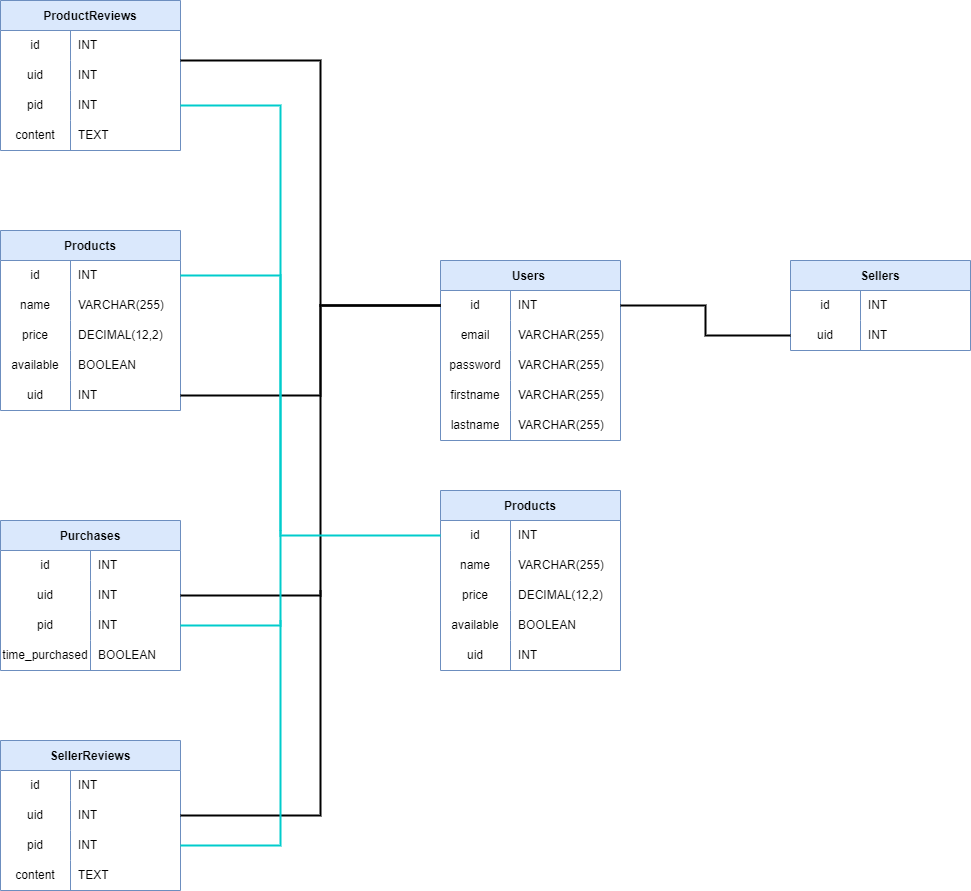
Kaichao-Chang/CS516-Awesome-Group keeps this draw.io diagram as ERD/CS516.drawio.png. Above is the earlier version. Source tidied: cells renumbered, new cells last; positions are measured from the earlier drawing's top-left corner, leaving out a move shared by most shapes.
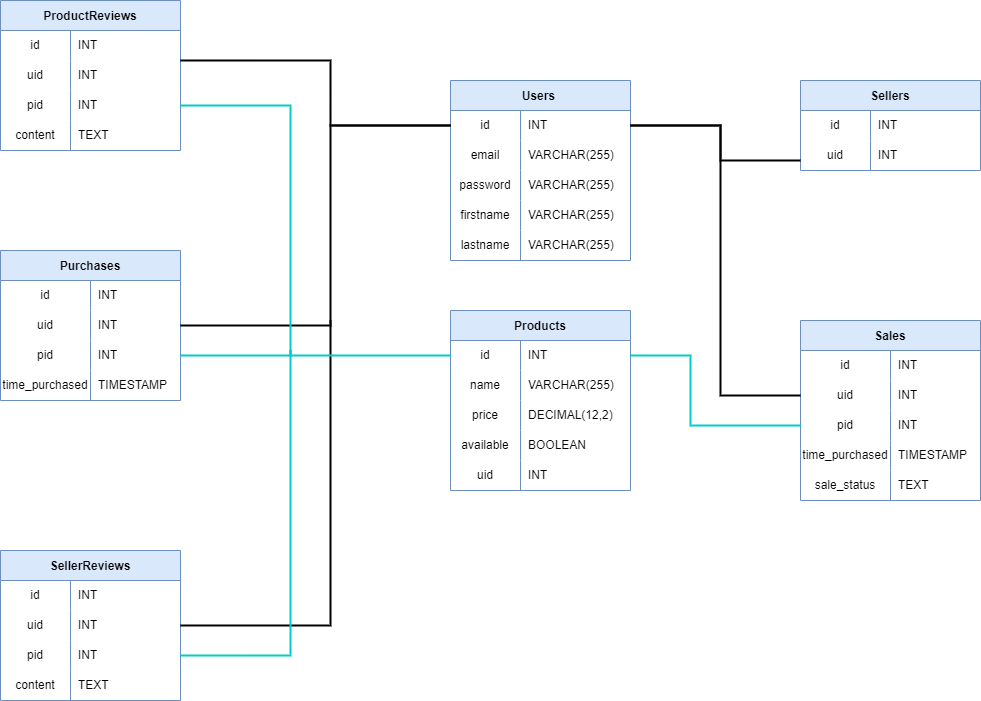
After the commit.

Diff of the diagram source:
```diff
@@ -2,54 +2,6 @@
   <root>
     <mxCell id="0" />
     <mxCell id="1" parent="0" />
-    <mxCell id="2" value="Products" style="shape=table;startSize=30;rowLines=0;fontStyle=1;fillColor=#dae8fc;strokeColor=#6c8ebf;" parent="1" vertex="1">
-      <mxGeometry y="230" width="180" height="180" as="geometry" />
-    </mxCell>
-    <mxCell id="3" style="shape=tableRow;horizontal=0;startSize=0;swimlaneHead=0;swimlaneBody=0;top=0;left=0;bottom=0;right=0;fillColor=none;points=[[0,0.5],[1,0.5]];portConstraint=eastwest;" parent="2" vertex="1">
-      <mxGeometry y="30" width="180" height="30" as="geometry" />
-    </mxCell>
-    <mxCell id="4" value="id" style="shape=partialRectangle;html=1;whiteSpace=wrap;fillColor=none;top=0;left=0;bottom=0;right=0;overflow=hidden;" parent="3" vertex="1">
-      <mxGeometry width="70" height="30" as="geometry" />
-    </mxCell>
-    <mxCell id="5" value="INT&lt;span style=&quot;white-space: pre&quot;&gt;&#9;&lt;/span&gt;" style="shape=partialRectangle;html=1;whiteSpace=wrap;fillColor=none;top=0;left=0;bottom=0;right=0;align=left;spacingLeft=6;overflow=hidden;" parent="3" vertex="1">
-      <mxGeometry x="70" width="110" height="30" as="geometry" />
-    </mxCell>
-    <mxCell id="6" style="shape=tableRow;horizontal=0;startSize=0;swimlaneHead=0;swimlaneBody=0;top=0;left=0;bottom=0;right=0;fillColor=none;points=[[0,0.5],[1,0.5]];portConstraint=eastwest;" parent="2" vertex="1">
-      <mxGeometry y="60" width="180" height="30" as="geometry" />
-    </mxCell>
-    <mxCell id="7" value="name" style="shape=partialRectangle;html=1;whiteSpace=wrap;fillColor=none;top=0;left=0;bottom=0;right=0;overflow=hidden;" parent="6" vertex="1">
-      <mxGeometry width="70" height="30" as="geometry" />
-    </mxCell>
-    <mxCell id="8" value="VARCHAR(255)" style="shape=partialRectangle;html=1;whiteSpace=wrap;fillColor=none;top=0;left=0;bottom=0;right=0;align=left;spacingLeft=6;overflow=hidden;" parent="6" vertex="1">
-      <mxGeometry x="70" width="110" height="30" as="geometry" />
-    </mxCell>
-    <mxCell id="9" style="shape=tableRow;horizontal=0;startSize=0;swimlaneHead=0;swimlaneBody=0;top=0;left=0;bottom=0;right=0;fillColor=none;points=[[0,0.5],[1,0.5]];portConstraint=eastwest;" parent="2" vertex="1">
-      <mxGeometry y="90" width="180" height="30" as="geometry" />
-    </mxCell>
-    <mxCell id="10" value="price" style="shape=partialRectangle;html=1;whiteSpace=wrap;fillColor=none;top=0;left=0;bottom=0;right=0;overflow=hidden;" parent="9" vertex="1">
-      <mxGeometry width="70" height="30" as="geometry" />
-    </mxCell>
-    <mxCell id="11" value="DECIMAL(12,2)" style="shape=partialRectangle;html=1;whiteSpace=wrap;fillColor=none;top=0;left=0;bottom=0;right=0;align=left;spacingLeft=6;overflow=hidden;" parent="9" vertex="1">
-      <mxGeometry x="70" width="110" height="30" as="geometry" />
-    </mxCell>
-    <mxCell id="12" style="shape=tableRow;horizontal=0;startSize=0;swimlaneHead=0;swimlaneBody=0;top=0;left=0;bottom=0;right=0;fillColor=none;" parent="2" vertex="1">
-      <mxGeometry y="120" width="180" height="30" as="geometry" />
-    </mxCell>
-    <mxCell id="13" value="available" style="shape=partialRectangle;html=1;whiteSpace=wrap;fillColor=none;top=0;left=0;bottom=0;right=0;overflow=hidden;" parent="12" vertex="1">
-      <mxGeometry width="70" height="30" as="geometry" />
-    </mxCell>
-    <mxCell id="14" value="BOOLEAN" style="shape=partialRectangle;html=1;whiteSpace=wrap;fillColor=none;top=0;left=0;bottom=0;right=0;align=left;spacingLeft=6;overflow=hidden;" parent="12" vertex="1">
-      <mxGeometry x="70" width="110" height="30" as="geometry" />
-    </mxCell>
-    <mxCell id="15" style="shape=tableRow;horizontal=0;startSize=0;swimlaneHead=0;swimlaneBody=0;top=0;left=0;bottom=0;right=0;fillColor=none;points=[[0,0.5],[1,0.5]];portConstraint=eastwest;" parent="2" vertex="1">
-      <mxGeometry y="150" width="180" height="30" as="geometry" />
-    </mxCell>
-    <mxCell id="16" value="uid" style="shape=partialRectangle;html=1;whiteSpace=wrap;fillColor=none;top=0;left=0;bottom=0;right=0;overflow=hidden;" parent="15" vertex="1">
-      <mxGeometry width="70" height="30" as="geometry" />
-    </mxCell>
-    <mxCell id="17" value="INT" style="shape=partialRectangle;html=1;whiteSpace=wrap;fillColor=none;top=0;left=0;bottom=0;right=0;align=left;spacingLeft=6;overflow=hidden;" parent="15" vertex="1">
-      <mxGeometry x="70" width="110" height="30" as="geometry" />
-    </mxCell>
     <mxCell id="18" value="Users " style="shape=table;startSize=30;rowLines=0;fontStyle=1;fillColor=#dae8fc;strokeColor=#6c8ebf;" parent="1" vertex="1">
       <mxGeometry x="440" y="260" width="180" height="180" as="geometry" />
     </mxCell>
@@ -98,16 +50,8 @@
     <mxCell id="33" value="VARCHAR(255)" style="shape=partialRectangle;html=1;whiteSpace=wrap;fillColor=none;top=0;left=0;bottom=0;right=0;align=left;spacingLeft=6;overflow=hidden;" parent="31" vertex="1">
       <mxGeometry x="70" width="110" height="30" as="geometry" />
     </mxCell>
-    <mxCell id="34" style="jettySize=auto;html=1;exitX=1;exitY=0.5;exitDx=0;exitDy=0;entryX=0;entryY=0.5;entryDx=0;entryDy=0;fontSize=12;strokeWidth=2;endArrow=none;endFill=0;rounded=0;strokeColor=default;jumpStyle=none;edgeStyle=orthogonalEdgeStyle;" parent="1" edge="1" source="15" target="19">
-      <mxGeometry relative="1" as="geometry">
-        <Array as="points">
-          <mxPoint x="320" y="395" />
-          <mxPoint x="320" y="305" />
-        </Array>
-      </mxGeometry>
-    </mxCell>
     <mxCell id="35" value="Purchases" style="shape=table;startSize=30;rowLines=0;fontStyle=1;fillColor=#dae8fc;strokeColor=#6c8ebf;" parent="1" vertex="1">
-      <mxGeometry y="520" width="180" height="150" as="geometry" />
+      <mxGeometry x="-10" y="430" width="180" height="150" as="geometry" />
     </mxCell>
     <mxCell id="36" style="shape=tableRow;horizontal=0;startSize=0;swimlaneHead=0;swimlaneBody=0;top=0;left=0;bottom=0;right=0;fillColor=none;" parent="35" vertex="1">
       <mxGeometry y="30" width="180" height="30" as="geometry" />
@@ -142,19 +86,19 @@
     <mxCell id="46" value="time_purchased" style="shape=partialRectangle;html=1;whiteSpace=wrap;fillColor=none;top=0;left=0;bottom=0;right=0;overflow=hidden;" parent="45" vertex="1">
       <mxGeometry width="90" height="30" as="geometry" />
     </mxCell>
-    <mxCell id="47" value="BOOLEAN" style="shape=partialRectangle;html=1;whiteSpace=wrap;fillColor=none;top=0;left=0;bottom=0;right=0;align=left;spacingLeft=6;overflow=hidden;" parent="45" vertex="1">
+    <mxCell id="47" value="TIMESTAMP" style="shape=partialRectangle;html=1;whiteSpace=wrap;fillColor=none;top=0;left=0;bottom=0;right=0;align=left;spacingLeft=6;overflow=hidden;" parent="45" vertex="1">
       <mxGeometry x="90" width="90" height="30" as="geometry" />
     </mxCell>
     <mxCell id="48" style="edgeStyle=orthogonalEdgeStyle;rounded=0;jumpStyle=none;jettySize=auto;html=1;entryX=0;entryY=0.5;entryDx=0;entryDy=0;fontSize=12;endArrow=none;endFill=0;strokeColor=default;strokeWidth=2;exitX=1;exitY=0.5;exitDx=0;exitDy=0;" parent="1" edge="1" source="39" target="19">
       <mxGeometry relative="1" as="geometry">
         <Array as="points">
-          <mxPoint x="320" y="595" />
+          <mxPoint x="320" y="505" />
           <mxPoint x="320" y="305" />
         </Array>
       </mxGeometry>
     </mxCell>
     <mxCell id="49" value="ProductReviews" style="shape=table;startSize=30;rowLines=0;fontStyle=1;fillColor=#dae8fc;strokeColor=#6c8ebf;" parent="1" vertex="1">
-      <mxGeometry width="180" height="150" as="geometry" />
+      <mxGeometry x="-10" y="180" width="180" height="150" as="geometry" />
     </mxCell>
     <mxCell id="50" style="shape=tableRow;horizontal=0;startSize=0;swimlaneHead=0;swimlaneBody=0;top=0;left=0;bottom=0;right=0;fillColor=none;" parent="49" vertex="1">
       <mxGeometry y="30" width="180" height="30" as="geometry" />
@@ -195,13 +139,13 @@
     <mxCell id="62" style="edgeStyle=orthogonalEdgeStyle;rounded=0;jumpStyle=none;jettySize=auto;html=1;fontSize=12;endArrow=none;endFill=0;strokeColor=default;strokeWidth=2;" parent="1" edge="1" source="53" target="19">
       <mxGeometry relative="1" as="geometry">
         <Array as="points">
-          <mxPoint x="320" y="60" />
+          <mxPoint x="320" y="240" />
           <mxPoint x="320" y="305" />
         </Array>
       </mxGeometry>
     </mxCell>
     <mxCell id="63" value="SellerReviews" style="shape=table;startSize=30;rowLines=0;fontStyle=1;fillColor=#dae8fc;strokeColor=#6c8ebf;" parent="1" vertex="1">
-      <mxGeometry y="740" width="180" height="150" as="geometry" />
+      <mxGeometry x="-10" y="730" width="180" height="150" as="geometry" />
     </mxCell>
     <mxCell id="64" style="shape=tableRow;horizontal=0;startSize=0;swimlaneHead=0;swimlaneBody=0;top=0;left=0;bottom=0;right=0;fillColor=none;" parent="63" vertex="1">
       <mxGeometry y="30" width="180" height="30" as="geometry" />
@@ -241,7 +185,7 @@
     </mxCell>
     <mxCell id="76" style="edgeStyle=orthogonalEdgeStyle;rounded=0;jumpStyle=none;jettySize=auto;html=1;fontSize=12;endArrow=none;endFill=0;strokeColor=default;strokeWidth=2;" parent="1" edge="1" source="67">
       <mxGeometry relative="1" as="geometry">
-        <mxPoint x="320" y="590" as="targetPoint" />
+        <mxPoint x="320" y="500" as="targetPoint" />
       </mxGeometry>
     </mxCell>
     <mxCell id="77" value="Sellers" style="shape=table;startSize=30;rowLines=0;fontStyle=1;fillColor=#dae8fc;strokeColor=#6c8ebf;" parent="1" vertex="1">
@@ -266,7 +210,12 @@
       <mxGeometry x="70" width="110" height="30" as="geometry" />
     </mxCell>
     <mxCell id="84" style="edgeStyle=orthogonalEdgeStyle;rounded=0;jumpStyle=none;jettySize=auto;html=1;fontSize=12;endArrow=none;endFill=0;strokeColor=default;strokeWidth=2;" parent="1" edge="1" source="81" target="19">
-      <mxGeometry relative="1" as="geometry" />
+      <mxGeometry relative="1" as="geometry">
+        <Array as="points">
+          <mxPoint x="710" y="340" />
+          <mxPoint x="710" y="305" />
+        </Array>
+      </mxGeometry>
     </mxCell>
     <mxCell id="85" value="Products" style="shape=table;startSize=30;rowLines=0;fontStyle=1;fillColor=#dae8fc;strokeColor=#6c8ebf;" parent="1" vertex="1">
       <mxGeometry x="440" y="490" width="180" height="180" as="geometry" />
@@ -320,24 +269,86 @@
       <mxGeometry relative="1" as="geometry">
         <Array as="points">
           <mxPoint x="280" y="535" />
-          <mxPoint x="280" y="105" />
+          <mxPoint x="280" y="285" />
         </Array>
       </mxGeometry>
     </mxCell>
-    <mxCell id="102" style="edgeStyle=orthogonalEdgeStyle;rounded=0;jumpStyle=none;jettySize=auto;html=1;fontSize=12;endArrow=none;endFill=0;strokeColor=#00CCCC;strokeWidth=2;" parent="1" edge="1" source="3">
-      <mxGeometry relative="1" as="geometry">
-        <mxPoint x="280" y="530" as="targetPoint" />
-      </mxGeometry>
-    </mxCell>
     <mxCell id="103" style="edgeStyle=orthogonalEdgeStyle;rounded=0;jumpStyle=none;jettySize=auto;html=1;fontSize=12;endArrow=none;endFill=0;strokeColor=#00CCCC;strokeWidth=2;" parent="1" edge="1" source="42">
       <mxGeometry relative="1" as="geometry">
         <mxPoint x="280" y="530" as="targetPoint" />
+        <Array as="points">
+          <mxPoint x="280" y="535" />
+        </Array>
       </mxGeometry>
     </mxCell>
     <mxCell id="104" style="edgeStyle=orthogonalEdgeStyle;rounded=0;jumpStyle=none;jettySize=auto;html=1;fontSize=12;endArrow=none;endFill=0;strokeColor=#00CCCC;strokeWidth=2;" parent="1" edge="1" source="70">
       <mxGeometry relative="1" as="geometry">
-        <mxPoint x="280" y="620" as="targetPoint" />
+        <mxPoint x="280" y="530" as="targetPoint" />
       </mxGeometry>
     </mxCell>
+    <mxCell id="105" value="Sales" style="shape=table;startSize=30;rowLines=0;fontStyle=1;fillColor=#dae8fc;strokeColor=#6c8ebf;" parent="1" vertex="1">
+      <mxGeometry x="790" y="500" width="180" height="180" as="geometry" />
+    </mxCell>
+    <mxCell id="3" style="shape=tableRow;horizontal=0;startSize=0;swimlaneHead=0;swimlaneBody=0;top=0;left=0;bottom=0;right=0;fillColor=none;points=[[0,0.5],[1,0.5]];portConstraint=eastwest;" parent="105" vertex="1">
+      <mxGeometry y="30" width="180" height="30" as="geometry" />
+    </mxCell>
+    <mxCell id="4" value="id" style="shape=partialRectangle;html=1;whiteSpace=wrap;fillColor=none;top=0;left=0;bottom=0;right=0;overflow=hidden;" parent="3" vertex="1">
+      <mxGeometry width="90" height="30" as="geometry" />
+    </mxCell>
+    <mxCell id="5" value="INT&lt;span style=&quot;white-space: pre&quot;&gt;&#9;&lt;/span&gt;" style="shape=partialRectangle;html=1;whiteSpace=wrap;fillColor=none;top=0;left=0;bottom=0;right=0;align=left;spacingLeft=6;overflow=hidden;" parent="3" vertex="1">
+      <mxGeometry x="90" width="90" height="30" as="geometry" />
+    </mxCell>
+    <mxCell id="6" style="shape=tableRow;horizontal=0;startSize=0;swimlaneHead=0;swimlaneBody=0;top=0;left=0;bottom=0;right=0;fillColor=none;points=[[0,0.5],[1,0.5]];portConstraint=eastwest;" parent="105" vertex="1">
+      <mxGeometry y="60" width="180" height="30" as="geometry" />
+    </mxCell>
+    <mxCell id="16" value="uid" style="shape=partialRectangle;html=1;whiteSpace=wrap;fillColor=none;top=0;left=0;bottom=0;right=0;overflow=hidden;" parent="6" vertex="1">
+      <mxGeometry width="90" height="30" as="geometry" />
+    </mxCell>
+    <mxCell id="106" value="INT" style="shape=partialRectangle;html=1;whiteSpace=wrap;fillColor=none;top=0;left=0;bottom=0;right=0;align=left;spacingLeft=6;overflow=hidden;" parent="6" vertex="1">
+      <mxGeometry x="90" width="90" height="30" as="geometry" />
+    </mxCell>
+    <mxCell id="9" style="shape=tableRow;horizontal=0;startSize=0;swimlaneHead=0;swimlaneBody=0;top=0;left=0;bottom=0;right=0;fillColor=none;points=[[0,0.5],[1,0.5]];portConstraint=eastwest;" parent="105" vertex="1">
+      <mxGeometry y="90" width="180" height="30" as="geometry" />
+    </mxCell>
+    <mxCell id="107" value="pid" style="shape=partialRectangle;html=1;whiteSpace=wrap;fillColor=none;top=0;left=0;bottom=0;right=0;overflow=hidden;" parent="9" vertex="1">
+      <mxGeometry width="90" height="30" as="geometry" />
+    </mxCell>
+    <mxCell id="108" value="INT" style="shape=partialRectangle;html=1;whiteSpace=wrap;fillColor=none;top=0;left=0;bottom=0;right=0;align=left;spacingLeft=6;overflow=hidden;" parent="9" vertex="1">
+      <mxGeometry x="90" width="90" height="30" as="geometry" />
+    </mxCell>
+    <mxCell id="12" style="shape=tableRow;horizontal=0;startSize=0;swimlaneHead=0;swimlaneBody=0;top=0;left=0;bottom=0;right=0;fillColor=none;" parent="105" vertex="1">
+      <mxGeometry y="120" width="180" height="30" as="geometry" />
+    </mxCell>
+    <mxCell id="109" value="time_purchased" style="shape=partialRectangle;html=1;whiteSpace=wrap;fillColor=none;top=0;left=0;bottom=0;right=0;overflow=hidden;" parent="12" vertex="1">
+      <mxGeometry width="90" height="30" as="geometry" />
+    </mxCell>
+    <mxCell id="110" value="TIMESTAMP" style="shape=partialRectangle;html=1;whiteSpace=wrap;fillColor=none;top=0;left=0;bottom=0;right=0;align=left;spacingLeft=6;overflow=hidden;" parent="12" vertex="1">
+      <mxGeometry x="90" width="90" height="30" as="geometry" />
+    </mxCell>
+    <mxCell id="15" style="shape=tableRow;horizontal=0;startSize=0;swimlaneHead=0;swimlaneBody=0;top=0;left=0;bottom=0;right=0;fillColor=none;points=[[0,0.5],[1,0.5]];portConstraint=eastwest;" parent="105" vertex="1">
+      <mxGeometry y="150" width="180" height="30" as="geometry" />
+    </mxCell>
+    <mxCell id="111" value="sale_status" style="shape=partialRectangle;html=1;whiteSpace=wrap;fillColor=none;top=0;left=0;bottom=0;right=0;overflow=hidden;" parent="15" vertex="1">
+      <mxGeometry width="90" height="30" as="geometry" />
+    </mxCell>
+    <mxCell id="112" value="TEXT" style="shape=partialRectangle;html=1;whiteSpace=wrap;fillColor=none;top=0;left=0;bottom=0;right=0;align=left;spacingLeft=6;overflow=hidden;" parent="15" vertex="1">
+      <mxGeometry x="90" width="90" height="30" as="geometry" />
+    </mxCell>
+    <mxCell id="113" style="edgeStyle=orthogonalEdgeStyle;rounded=0;jettySize=auto;html=1;strokeWidth=2;endArrow=none;endFill=0;strokeColor=#00CCCC;" parent="1" edge="1" source="9" target="86">
+      <mxGeometry relative="1" as="geometry">
+        <Array as="points">
+          <mxPoint x="680" y="605" />
+          <mxPoint x="680" y="535" />
+        </Array>
+      </mxGeometry>
+    </mxCell>
+    <mxCell id="114" style="edgeStyle=orthogonalEdgeStyle;rounded=0;jettySize=auto;html=1;exitX=0;exitY=0.5;exitDx=0;exitDy=0;endArrow=none;endFill=0;strokeWidth=2;entryX=1;entryY=0.5;entryDx=0;entryDy=0;" parent="1" edge="1" source="6" target="19">
+      <mxGeometry relative="1" as="geometry">
+        <Array as="points">
+          <mxPoint x="710" y="575" />
+          <mxPoint x="710" y="305" />
+        </Array>
+      </mxGeometry>
+    </mxCell>
   </root>
 </mxGraphModel>
```
